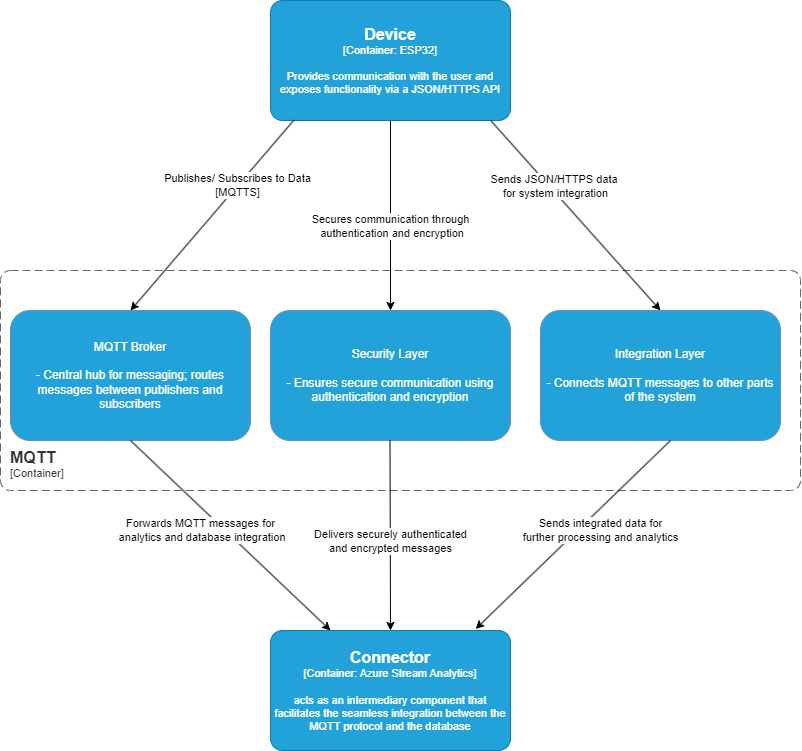
Above: Diagrams/Component-level-mqtt.drawio.png in JanPrzybylak/Azureproject (draw.io), before the change. Source tidied: cells renumbered, new cells last; positions are measured from the earlier drawing's top-left corner, leaving out a move shared by most shapes.
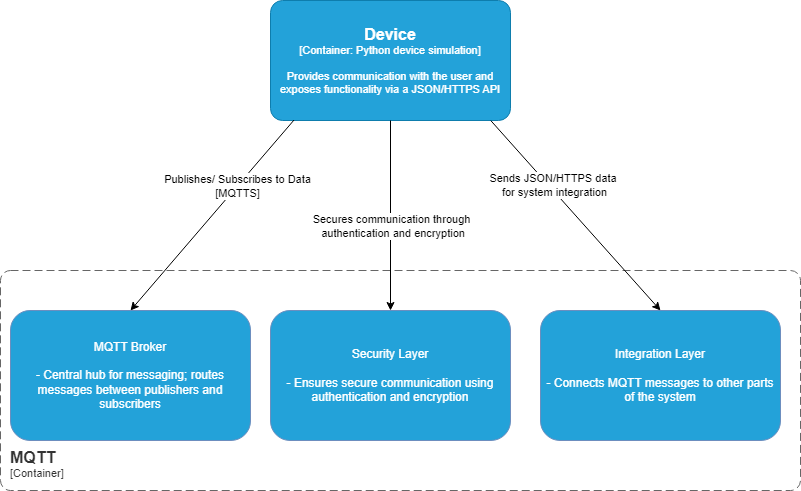
After the change.

Diff of the diagram source:
```diff
@@ -11,49 +11,16 @@
     <mxCell id="4" value="&lt;font color=&quot;#ffffff&quot;&gt;Integration Layer&lt;/font&gt;&lt;div&gt;&lt;font color=&quot;#ffffff&quot;&gt;&lt;br&gt;&lt;/font&gt;&lt;/div&gt;&lt;div&gt;&lt;font color=&quot;#ffffff&quot;&gt;- Connects MQTT messages to other parts of the system&lt;/font&gt;&lt;/div&gt;" style="rounded=1;whiteSpace=wrap;html=1;fillColor=#23A2D9;strokeColor=#6c8ebf;" parent="1" vertex="1">
       <mxGeometry x="540" y="310" width="240" height="130" as="geometry" />
     </mxCell>
-    <object id="5" label="&lt;font style=&quot;font-size: 16px&quot;&gt;&lt;b&gt;%c4Name%&lt;/b&gt;&lt;/font&gt;&lt;div&gt;[%c4Type%: %c4Technology%]&lt;/div&gt;&lt;br&gt;&lt;div&gt;&lt;font style=&quot;font-size: 11px&quot;&gt;&lt;font color=&quot;#FFFFFF&quot;&gt;%c4Description%&lt;/font&gt;&lt;/div&gt;" c4Description="acts as an intermediary component that facilitates the seamless integration between the MQTT protocol and the database" c4Name="Connector" c4Technology="Azure Stream Analytics" c4Type="Container" placeholders="1">
-      <mxCell style="rounded=1;whiteSpace=wrap;html=1;fontSize=11;labelBackgroundColor=none;fillColor=#23A2D9;fontColor=#ffffff;align=center;arcSize=10;strokeColor=#0E7DAD;points=[[0.25,0,0],[0.5,0,0],[0.75,0,0],[1,0.25,0],[1,0.5,0],[1,0.75,0],[0.75,1,0],[0.5,1,0],[0.25,1,0],[0,0.75,0],[0,0.5,0],[0,0.25,0]];" parent="1" vertex="1">
-        <mxGeometry x="270" y="630" width="240" height="120" as="geometry" />
-      </mxCell>
-    </object>
     <object id="6" label="&lt;font style=&quot;font-size: 16px&quot;&gt;&lt;b&gt;&lt;div style=&quot;text-align: left&quot;&gt;%c4Name%&lt;/div&gt;&lt;/b&gt;&lt;/font&gt;&lt;div style=&quot;text-align: left&quot;&gt;[%c4Application%]&lt;/div&gt;" c4Application="Container" c4Name="MQTT" c4Type="ContainerScopeBoundary" placeholders="1">
       <mxCell style="rounded=1;fontSize=11;whiteSpace=wrap;html=1;dashed=1;arcSize=20;fillColor=none;strokeColor=#666666;fontColor=#333333;labelBackgroundColor=none;align=left;verticalAlign=bottom;labelBorderColor=none;spacingTop=0;spacing=10;dashPattern=8 4;perimeter=rectanglePerimeter;noLabel=0;labelPadding=0;absoluteArcSize=1;" parent="1" vertex="1">
         <mxGeometry y="270" width="800" height="220" as="geometry" />
       </mxCell>
     </object>
-    <object id="7" label="&lt;font style=&quot;font-size: 16px&quot;&gt;&lt;b&gt;%c4Name%&lt;/b&gt;&lt;/font&gt;&lt;div&gt;[%c4Type%: %c4Technology%]&lt;/div&gt;&lt;br&gt;&lt;div&gt;&lt;font style=&quot;font-size: 11px&quot;&gt;&lt;font color=&quot;#FFFFFF&quot;&gt;%c4Description%&lt;/font&gt;&lt;/div&gt;" c4Description="Provides communication with the user and exposes functionality via a JSON/HTTPS API" c4Name="Device" c4Technology="ESP32" c4Type="Container" placeholders="1">
+    <object id="7" label="&lt;font style=&quot;font-size: 16px&quot;&gt;&lt;b&gt;%c4Name%&lt;/b&gt;&lt;/font&gt;&lt;div&gt;[%c4Type%: %c4Technology%]&lt;/div&gt;&lt;br&gt;&lt;div&gt;&lt;font style=&quot;font-size: 11px&quot;&gt;&lt;font color=&quot;#FFFFFF&quot;&gt;%c4Description%&lt;/font&gt;&lt;/div&gt;" c4Description="Provides communication with the user and exposes functionality via a JSON/HTTPS API" c4Name="Device" c4Technology="Python device simulation" c4Type="Container" placeholders="1">
       <mxCell style="rounded=1;whiteSpace=wrap;html=1;fontSize=11;labelBackgroundColor=none;fillColor=#23A2D9;fontColor=#ffffff;align=center;arcSize=10;strokeColor=#0E7DAD;points=[[0.25,0,0],[0.5,0,0],[0.75,0,0],[1,0.25,0],[1,0.5,0],[1,0.75,0],[0.75,1,0],[0.5,1,0],[0.25,1,0],[0,0.75,0],[0,0.5,0],[0,0.25,0]];" parent="1" vertex="1">
         <mxGeometry x="270" width="240" height="120" as="geometry" />
       </mxCell>
     </object>
-    <mxCell id="8" style="endArrow=classic;html=1;rounded=0;entryX=0.25;entryY=0;entryDx=0;entryDy=0;entryPerimeter=0;exitX=0.5;exitY=1;exitDx=0;exitDy=0;" parent="1" edge="1" source="2" target="5">
-      <mxGeometry relative="1" as="geometry" />
-    </mxCell>
-    <mxCell id="9" value="Forwards MQTT messages for&lt;div&gt;&amp;nbsp;analytics and database integration&lt;/div&gt;" style="edgeLabel;html=1;align=center;verticalAlign=middle;" parent="8" vertex="1">
-      <mxGeometry relative="1" as="geometry">
-        <mxPoint x="-30" y="-5" as="offset" />
-      </mxGeometry>
-    </mxCell>
-    <mxCell id="10" style="endArrow=classic;html=1;rounded=0;entryX=0.5;entryY=0;entryDx=0;entryDy=0;entryPerimeter=0;exitX=0.5;exitY=1;exitDx=0;exitDy=0;" parent="1" edge="1" target="5">
-      <mxGeometry relative="1" as="geometry">
-        <mxPoint x="389.5" y="440" as="sourcePoint" />
-      </mxGeometry>
-    </mxCell>
-    <mxCell id="11" value="Delivers securely authenticated &lt;br&gt;and encrypted messages" style="edgeLabel;html=1;align=center;verticalAlign=middle;" parent="10" vertex="1">
-      <mxGeometry relative="1" as="geometry">
-        <mxPoint y="5" as="offset" />
-      </mxGeometry>
-    </mxCell>
-    <mxCell id="12" style="endArrow=classic;html=1;rounded=0;exitX=0.5;exitY=1;exitDx=0;exitDy=0;entryX=0.855;entryY=-0.013;entryDx=0;entryDy=0;entryPerimeter=0;" parent="1" edge="1" target="5">
-      <mxGeometry relative="1" as="geometry">
-        <mxPoint x="670" y="440" as="sourcePoint" />
-      </mxGeometry>
-    </mxCell>
-    <mxCell id="13" value="Sends integrated data for &lt;br&gt;further processing and analytics" style="edgeLabel;html=1;align=center;verticalAlign=middle;" parent="12" vertex="1">
-      <mxGeometry relative="1" as="geometry">
-        <mxPoint x="27" y="-4" as="offset" />
-      </mxGeometry>
-    </mxCell>
     <mxCell id="14" style="endArrow=classic;html=1;rounded=0;entryX=0.5;entryY=0;entryDx=0;entryDy=0;exitX=0.098;exitY=0.996;exitDx=0;exitDy=0;exitPerimeter=0;" parent="1" edge="1" source="7" target="2">
       <mxGeometry relative="1" as="geometry" />
     </mxCell>
```
